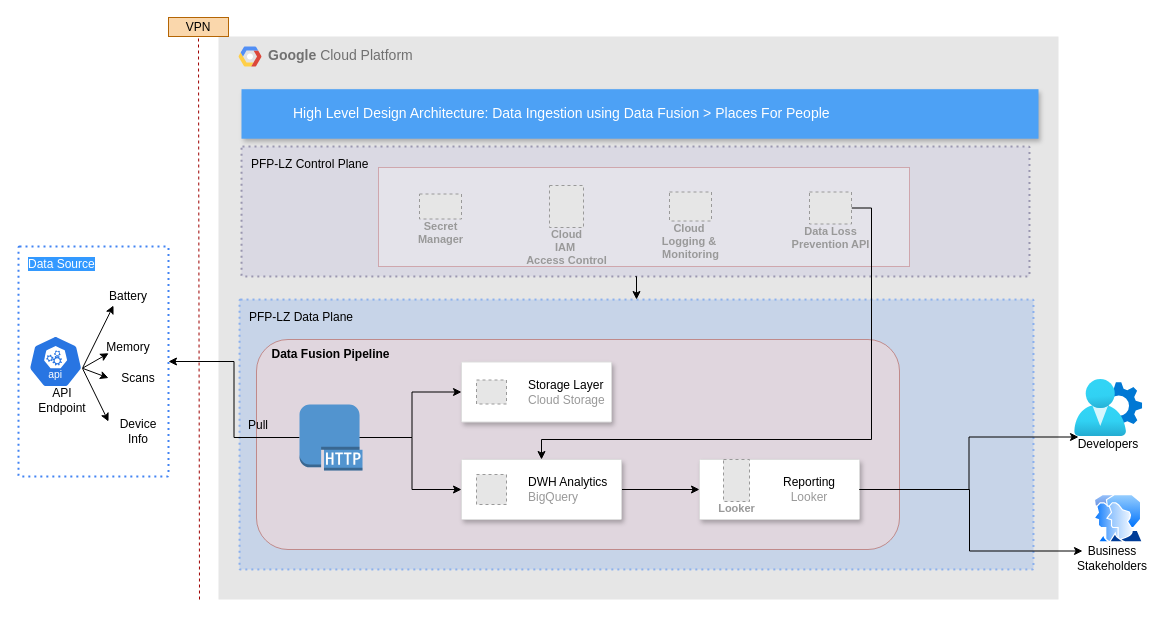
This is PFP-Sample/PFP-HLD-DataFusion.drawio from harshaldharme/ProjectSpaces, a draw.io file, before an edit. Source tidied: cells renumbered, new cells numbered last; positions are measured from the earlier drawing's top-left corner, leaving out a move shared by most shapes. Both pictures are drawn from the tidied source at 100%, with x=0, y=0 at pixel (18, 17). Pictures stored in the file or linked from it are replaced by grey dashed boxes.
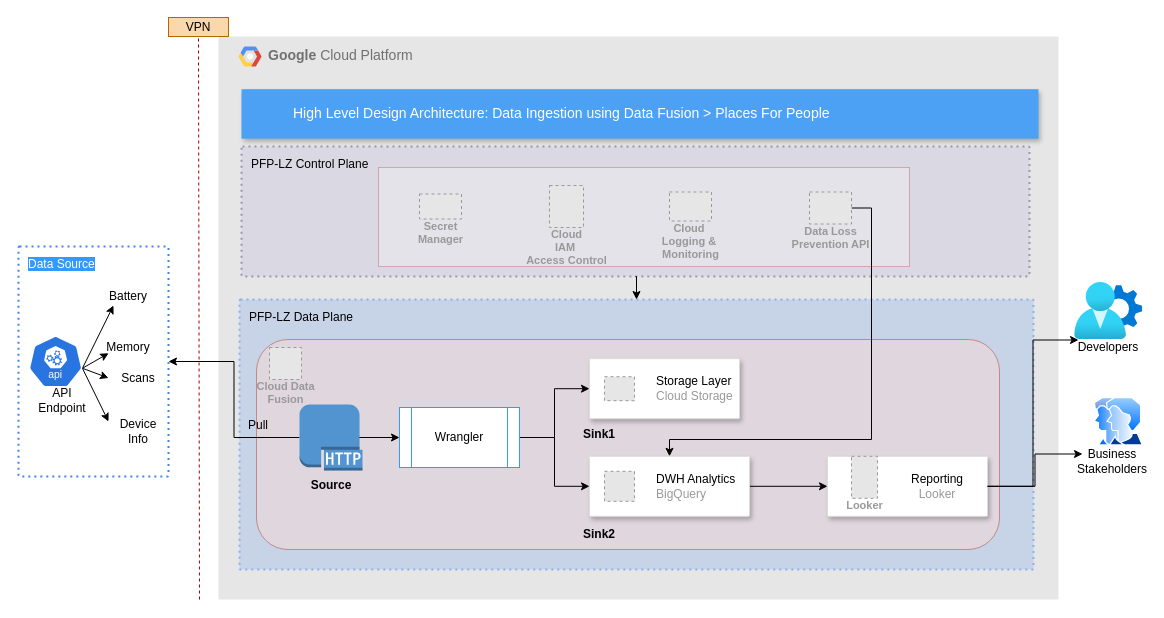
The same diagram, later.

Unchanged cells that the change refers to:
```xml
<mxCell id="13" value="Data Loss&#10;Prevention API" style="fillColor=#E6E6E6;strokeColor=#999999;dashed=1;html=1;verticalAlign=top;labelPosition=center;verticalLabelPosition=bottom;align=center;spacingTop=-6;fontSize=11;fontStyle=1;fontColor=#999999;" parent="1" vertex="1">
  <mxGeometry x="791" y="174.5" width="42" height="32" as="geometry" />
</mxCell>
<mxCell id="26" style="strokeColor=#dddddd;shadow=1;strokeWidth=1;rounded=1;absoluteArcSize=1;arcSize=2;" parent="25" vertex="1">
  <mxGeometry width="160" height="60" as="geometry" />
</mxCell>
<mxCell id="29" value="VPN" style="text;html=1;align=center;verticalAlign=middle;whiteSpace=wrap;rounded=0;fillColor=#fad7ac;strokeColor=#b46504;" parent="1" vertex="1">
  <mxGeometry x="150" width="60" height="19" as="geometry" />
</mxCell>
<mxCell id="46" style="outlineConnect=0;dashed=0;verticalLabelPosition=bottom;verticalAlign=top;align=center;html=1;shape=mxgraph.aws3.http_protocol;fillColor=#5294CF;gradientColor=none;" parent="1" vertex="1">
  <mxGeometry x="281" y="387" width="63" height="66" as="geometry" />
</mxCell>
```

The edit, as a diff of the source:
```diff
@@
     <mxCell id="4" style="rounded=1;whiteSpace=wrap;html=1;opacity=50;fillColor=#fad9d5;strokeColor=#ae4132;" parent="1" vertex="1">
-      <mxGeometry x="238" y="322" width="643" height="210" as="geometry" />
+      <mxGeometry x="238" y="322" width="743" height="210" as="geometry" />
     </mxCell>
@@
     <mxCell id="12" style="edgeStyle=orthogonalEdgeStyle;rounded=0;jettySize=auto;html=1;exitX=1;exitY=0.5;exitDx=0;exitDy=0;entryX=0.5;entryY=0;entryDx=0;entryDy=0;" parent="1" edge="1" source="13" target="15">
       <mxGeometry relative="1" as="geometry">
         <Array as="points">
           <mxPoint x="853" y="191" />
           <mxPoint x="853" y="422" />
-          <mxPoint x="523" y="422" />
+          <mxPoint x="651" y="422" />
         </Array>
       </mxGeometry>
     </mxCell>
@@
     <mxCell id="15" style="strokeColor=#dddddd;shadow=1;strokeWidth=1;rounded=1;absoluteArcSize=1;arcSize=2;" parent="1" vertex="1">
-      <mxGeometry x="443" y="442" width="160" height="60" as="geometry" />
+      <mxGeometry x="571" y="438.8" width="160" height="60" as="geometry" />
     </mxCell>
@@
     <mxCell id="17" style="strokeColor=#dddddd;shadow=1;strokeWidth=1;rounded=1;absoluteArcSize=1;arcSize=2;" parent="1" vertex="1">
-      <mxGeometry x="443" y="344.5" width="150" height="60" as="geometry" />
+      <mxGeometry x="571" y="341.2" width="150" height="60" as="geometry" />
     </mxCell>
@@
     <mxCell id="20" style="image;perimeter=ellipsePerimeter;html=1;align=center;shadow=0;dashed=0;spacingTop=3;image=img/lib/active_directory/user_accounts.svg;flipV=0;flipH=1;" parent="1" vertex="1">
-      <mxGeometry x="1074.2" y="477" width="50" height="48.5" as="geometry" />
+      <mxGeometry x="1074.2" y="380" width="50" height="48.5" as="geometry" />
     </mxCell>
     <mxCell id="21" value="Business&lt;div&gt;Stakeholders&lt;/div&gt;" style="text;html=1;align=center;verticalAlign=middle;whiteSpace=wrap;rounded=0;" parent="1" vertex="1">
-      <mxGeometry x="1064" y="526" width="60" height="30" as="geometry" />
+      <mxGeometry x="1064" y="429" width="60" height="30" as="geometry" />
     </mxCell>
     <mxCell id="22" style="image;html=1;align=center;fontSize=12;image=img/lib/azure2/identity/User_Settings.svg;" parent="1" vertex="1">
-      <mxGeometry x="1056.2" y="362" width="68" height="56.9" as="geometry" />
+      <mxGeometry x="1056.2" y="265" width="68" height="56.9" as="geometry" />
     </mxCell>
     <mxCell id="23" value="Developers" style="text;html=1;align=center;verticalAlign=middle;whiteSpace=wrap;rounded=0;" parent="1" vertex="1">
-      <mxGeometry x="1060" y="412" width="60" height="30" as="geometry" />
+      <mxGeometry x="1060" y="315" width="60" height="30" as="geometry" />
     </mxCell>
@@
     <mxCell id="25" style="group;" parent="1" vertex="1">
-      <mxGeometry x="681" y="442" width="160" height="60" as="geometry" />
+      <mxGeometry x="809" y="438.8" width="160" height="60" as="geometry" />
     </mxCell>
@@
-    <mxCell id="43" value="&lt;b&gt;Data Fusion Pipeline&lt;/b&gt;" style="text;html=1;align=center;verticalAlign=middle;whiteSpace=wrap;rounded=0;" parent="1" vertex="1">
-      <mxGeometry x="246" y="322" width="133" height="30" as="geometry" />
-    </mxCell>
-    <mxCell id="44" style="edgeStyle=orthogonalEdgeStyle;rounded=0;jettySize=auto;html=1;exitX=0.95;exitY=0.5;exitDx=0;exitDy=0;exitPerimeter=0;entryX=0;entryY=0.5;entryDx=0;entryDy=0;" parent="1" edge="1" source="46" target="17">
-      <mxGeometry relative="1" as="geometry" />
-    </mxCell>
-    <mxCell id="45" style="edgeStyle=orthogonalEdgeStyle;rounded=0;jettySize=auto;html=1;exitX=0.95;exitY=0.5;exitDx=0;exitDy=0;exitPerimeter=0;entryX=0;entryY=0.5;entryDx=0;entryDy=0;" parent="1" edge="1" source="46" target="15">
-      <mxGeometry relative="1" as="geometry" />
-    </mxCell>
@@
+    <mxCell id="49" style="endArrow=none;html=1;rounded=0;dashed=1;strokeColor=#9E0000;entryX=0.5;entryY=1;entryDx=0;entryDy=0;" parent="1" edge="1" target="29">
+      <mxGeometry relative="1" as="geometry">
+        <mxPoint x="181" y="582" as="sourcePoint" />
+      </mxGeometry>
+    </mxCell>
+    <mxCell id="50" value="&lt;b&gt;Source&lt;/b&gt;" style="text;html=1;align=center;verticalAlign=middle;whiteSpace=wrap;rounded=0;" parent="1" vertex="1">
+      <mxGeometry x="283" y="453" width="60" height="30" as="geometry" />
+    </mxCell>
     <mxCell id="48" style="edgeStyle=orthogonalEdgeStyle;rounded=0;jettySize=auto;html=1;exitX=1;exitY=0.5;exitDx=0;exitDy=0;entryX=0;entryY=0.25;entryDx=0;entryDy=0;" parent="1" edge="1" source="26" target="21">
-      <mxGeometry relative="1" as="geometry">
-        <Array as="points">
-          <mxPoint x="951" y="472" />
-          <mxPoint x="951" y="534" />
-        </Array>
-      </mxGeometry>
+      <mxGeometry relative="1" as="geometry" />
     </mxCell>
-    <mxCell id="49" style="endArrow=none;html=1;rounded=0;dashed=1;strokeColor=#9E0000;entryX=0.5;entryY=1;entryDx=0;entryDy=0;" parent="1" edge="1" target="29">
-      <mxGeometry relative="1" as="geometry">
-        <mxPoint x="181" y="582" as="sourcePoint" />
-      </mxGeometry>
-    </mxCell>
+    <mxCell id="51" value="Cloud Data&#10;Fusion" style="fillColor=#E6E6E6;strokeColor=#999999;dashed=1;html=1;verticalAlign=top;labelPosition=center;verticalLabelPosition=bottom;align=center;spacingTop=-6;fontSize=11;fontStyle=1;fontColor=#999999;" parent="1" vertex="1">
+      <mxGeometry x="251" y="330" width="32" height="32" as="geometry" />
+    </mxCell>
+    <mxCell id="52" style="edgeStyle=orthogonalEdgeStyle;rounded=0;jettySize=auto;html=1;exitX=1;exitY=0.5;exitDx=0;exitDy=0;entryX=0;entryY=0.5;entryDx=0;entryDy=0;" parent="1" edge="1" source="54" target="17">
+      <mxGeometry relative="1" as="geometry" />
+    </mxCell>
+    <mxCell id="53" style="edgeStyle=orthogonalEdgeStyle;rounded=0;jettySize=auto;html=1;exitX=1;exitY=0.5;exitDx=0;exitDy=0;entryX=0;entryY=0.5;entryDx=0;entryDy=0;" parent="1" edge="1" source="54" target="15">
+      <mxGeometry relative="1" as="geometry" />
+    </mxCell>
+    <mxCell id="54" value="Wrangler" style="shape=process;whiteSpace=wrap;html=1;backgroundOutline=1;strokeColor=#3399FF;" parent="1" vertex="1">
+      <mxGeometry x="381" y="390" width="120" height="60" as="geometry" />
+    </mxCell>
+    <mxCell id="55" value="Sink1" style="text;html=1;align=center;verticalAlign=middle;whiteSpace=wrap;rounded=0;fontStyle=1;" parent="1" vertex="1">
+      <mxGeometry x="551" y="402" width="60" height="30" as="geometry" />
+    </mxCell>
+    <mxCell id="56" value="Sink2" style="text;html=1;align=center;verticalAlign=middle;whiteSpace=wrap;rounded=0;fontStyle=1;" parent="1" vertex="1">
+      <mxGeometry x="551" y="502" width="60" height="30" as="geometry" />
+    </mxCell>
+    <mxCell id="57" style="edgeStyle=orthogonalEdgeStyle;rounded=0;jettySize=auto;html=1;exitX=0.95;exitY=0.5;exitDx=0;exitDy=0;exitPerimeter=0;entryX=0;entryY=0.5;entryDx=0;entryDy=0;" parent="1" edge="1" source="46" target="54">
+      <mxGeometry relative="1" as="geometry" />
+    </mxCell>
```
